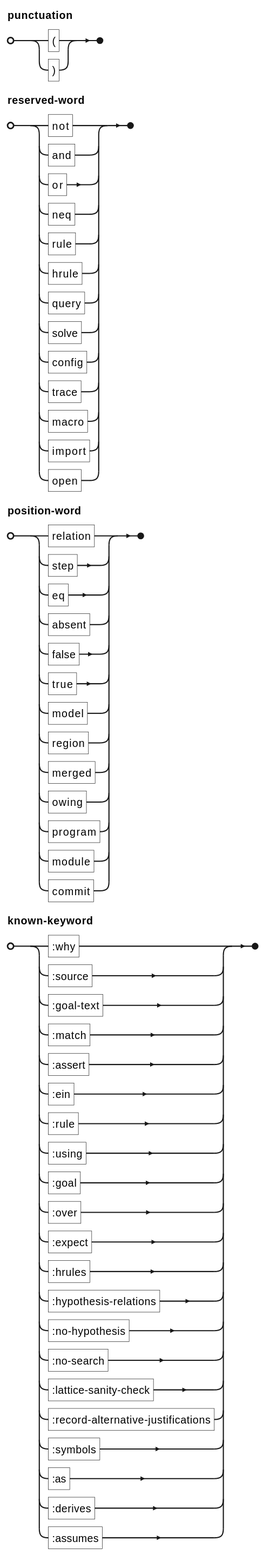
Above: docs/ein/user/04-reference/diagrams/01-grammar-lexical-own-text.svg in agutikov/ein (PlantUML), before the change. Its source is kept beside it as docs/ein/user/04-reference/diagrams/01-grammar-lexical-own-text.puml.
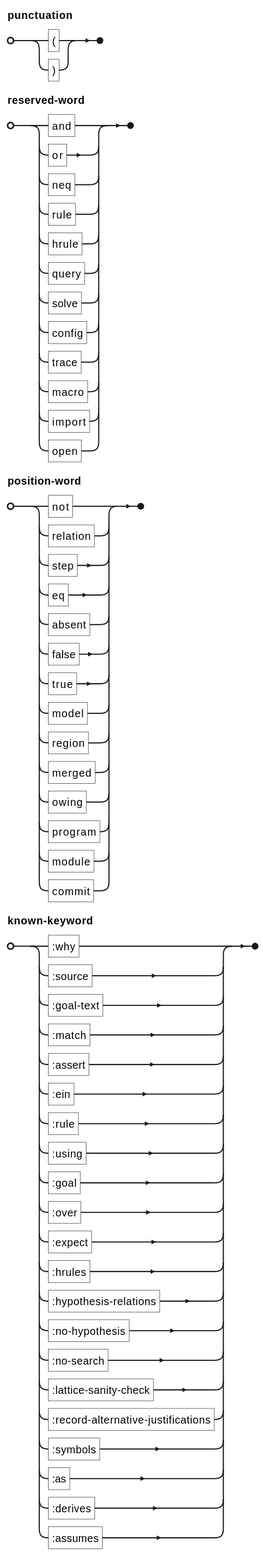
The same diagram one commit later.

What changed in the source:
```diff
@@ -1,10 +1,10 @@
 @startebnf
 punctuation = "(" | ")" ;
 reserved-word =
-    "not" | "and" | "or" | "neq" | "rule" | "hrule" | "query" | "solve" | "config" | "trace"
-  | "macro" | "import" | "open" ;
+    "and" | "or" | "neq" | "rule" | "hrule" | "query" | "solve" | "config" | "trace" | "macro"
+  | "import" | "open" ;
 position-word =
-    "relation" | "step" | "eq" | "absent" | "false" | "true" | "model" | "region" | "merged"
+    "not" | "relation" | "step" | "eq" | "absent" | "false" | "true" | "model" | "region" | "merged"
   | "owing" | "program" | "module" | "commit" ;
 known-keyword =
     ":why" | ":source" | ":goal-text" | ":match" | ":assert" | ":ein" | ":rule" | ":using" | ":goal"
```
